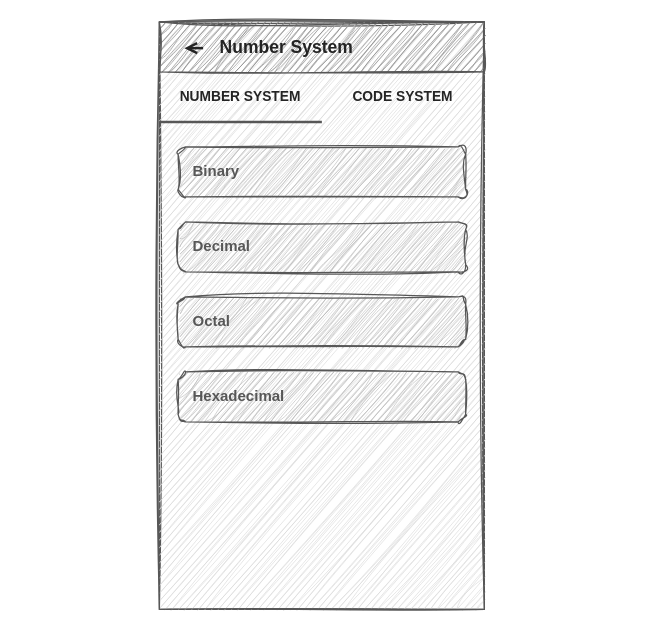
Above: page "Menu Sistem Bilangan" (1 of 2) of Wireframe fitur sistem bilangan.drawio in dans609/diagrams_net (draw.io), before the change. Source tidied: cells renumbered, new cells numbered last; positions are measured from the earlier drawing's top-left corner, leaving out a move shared by most shapes. Both pictures are drawn from the tidied source at 125%, with x=0, y=0 at pixel (159, 21).
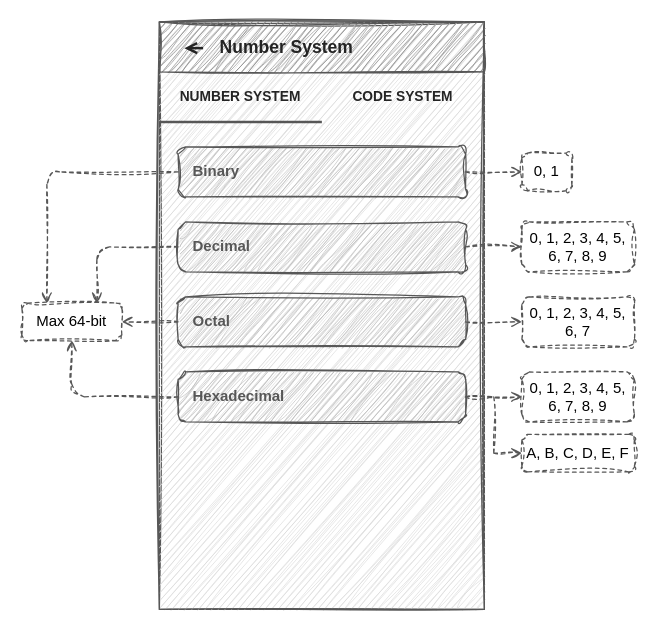
The same page after the edit.

Commit message:
Added information about content limitations

The change refers to these unchanged cells:
```xml
<mxCell id="11" value="&amp;nbsp; &amp;nbsp;Binary" style="text;strokeColor=#575757;align=left;fillColor=#BABABA;html=1;verticalAlign=middle;whiteSpace=wrap;rounded=1;fontStyle=1;fontSize=12;shadow=0;sketch=1;curveFitting=1;jiggle=2;fontFamily=Helvetica;fontColor=#575757;" parent="3" vertex="1">
  <mxGeometry x="15" y="100" width="230" height="40" as="geometry" />
</mxCell>
<mxCell id="12" value="&amp;nbsp; &amp;nbsp;Decimal" style="text;strokeColor=#575757;align=left;fillColor=#BABABA;html=1;verticalAlign=middle;whiteSpace=wrap;rounded=1;fontStyle=1;fontSize=12;shadow=0;sketch=1;curveFitting=1;jiggle=2;fontFamily=Helvetica;fontColor=#575757;" parent="3" vertex="1">
  <mxGeometry x="15" y="160" width="230" height="40" as="geometry" />
</mxCell>
<mxCell id="13" value="&amp;nbsp; &amp;nbsp;Octal" style="text;strokeColor=#575757;align=left;fillColor=#BABABA;html=1;verticalAlign=middle;whiteSpace=wrap;rounded=1;fontStyle=1;fontSize=12;shadow=0;sketch=1;curveFitting=1;jiggle=2;fontFamily=Helvetica;fontColor=#575757;" parent="3" vertex="1">
  <mxGeometry x="15" y="220" width="230" height="40" as="geometry" />
</mxCell>
<mxCell id="14" value="&amp;nbsp; &amp;nbsp;Hexadecimal" style="text;strokeColor=#575757;align=left;fillColor=#BABABA;html=1;verticalAlign=middle;whiteSpace=wrap;rounded=1;fontStyle=1;fontSize=12;shadow=0;sketch=1;curveFitting=1;jiggle=2;fontFamily=Helvetica;fontColor=#575757;" parent="3" vertex="1">
  <mxGeometry x="15" y="280" width="230" height="40" as="geometry" />
</mxCell>
```

Diff of the diagram source:
```diff
@@
+    <mxCell id="15" value="Max 64-bit" style="text;strokeColor=#575757;align=center;fillColor=default;html=1;verticalAlign=middle;whiteSpace=wrap;rounded=1;dashed=1;sketch=1;curveFitting=1;jiggle=2;" parent="1" vertex="1">
+      <mxGeometry x="-110" y="225" width="80" height="30" as="geometry" />
+    </mxCell>
+    <mxCell id="16" style="edgeStyle=orthogonalEdgeStyle;rounded=1;jettySize=auto;html=1;exitX=0;exitY=0.5;exitDx=0;exitDy=0;entryX=0.25;entryY=0;entryDx=0;entryDy=0;strokeColor=#575757;endArrow=open;endFill=0;dashed=1;sketch=1;curveFitting=1;jiggle=2;" parent="1" edge="1" source="11" target="15">
+      <mxGeometry relative="1" as="geometry" />
+    </mxCell>
+    <mxCell id="17" style="edgeStyle=orthogonalEdgeStyle;rounded=1;jettySize=auto;html=1;exitX=0;exitY=0.5;exitDx=0;exitDy=0;entryX=0.75;entryY=0;entryDx=0;entryDy=0;strokeColor=#575757;endArrow=open;endFill=0;dashed=1;sketch=1;curveFitting=1;jiggle=2;" parent="1" edge="1" source="12" target="15">
+      <mxGeometry relative="1" as="geometry" />
+    </mxCell>
+    <mxCell id="18" style="edgeStyle=orthogonalEdgeStyle;rounded=0;jettySize=auto;html=1;exitX=0;exitY=0.5;exitDx=0;exitDy=0;entryX=1;entryY=0.5;entryDx=0;entryDy=0;strokeColor=#575757;endArrow=open;endFill=0;dashed=1;sketch=1;curveFitting=1;jiggle=2;" parent="1" edge="1" source="13" target="15">
+      <mxGeometry relative="1" as="geometry" />
+    </mxCell>
+    <mxCell id="19" style="edgeStyle=orthogonalEdgeStyle;rounded=1;jettySize=auto;html=1;entryX=0.5;entryY=1;entryDx=0;entryDy=0;strokeColor=#575757;endArrow=open;endFill=0;dashed=1;sketch=1;curveFitting=1;jiggle=2;" parent="1" edge="1" source="14" target="15">
+      <mxGeometry relative="1" as="geometry" />
+    </mxCell>
+    <mxCell id="20" value="0, 1" style="text;strokeColor=#575757;align=center;fillColor=default;html=1;verticalAlign=middle;whiteSpace=wrap;rounded=1;dashed=1;sketch=1;curveFitting=1;jiggle=2;" parent="1" vertex="1">
+      <mxGeometry x="290" y="105" width="40" height="30" as="geometry" />
+    </mxCell>
+    <mxCell id="21" style="edgeStyle=orthogonalEdgeStyle;rounded=0;jettySize=auto;html=1;exitX=1;exitY=0.5;exitDx=0;exitDy=0;entryX=0;entryY=0.5;entryDx=0;entryDy=0;strokeColor=#575757;endArrow=open;endFill=0;sketch=1;curveFitting=1;jiggle=2;dashed=1;" parent="1" edge="1" source="11" target="20">
+      <mxGeometry relative="1" as="geometry" />
+    </mxCell>
+    <mxCell id="22" value="0, 1, 2, 3, 4, 5, 6, 7, 8, 9" style="text;strokeColor=#575757;align=center;fillColor=default;html=1;verticalAlign=middle;whiteSpace=wrap;rounded=1;dashed=1;sketch=1;curveFitting=1;jiggle=2;" parent="1" vertex="1">
+      <mxGeometry x="290" y="160" width="90" height="40" as="geometry" />
+    </mxCell>
+    <mxCell id="23" style="edgeStyle=orthogonalEdgeStyle;rounded=0;jettySize=auto;html=1;exitX=1;exitY=0.5;exitDx=0;exitDy=0;entryX=0;entryY=0.5;entryDx=0;entryDy=0;strokeColor=#575757;endArrow=open;endFill=0;sketch=1;curveFitting=1;jiggle=2;dashed=1;" parent="1" edge="1" source="12" target="22">
+      <mxGeometry relative="1" as="geometry" />
+    </mxCell>
+    <mxCell id="24" value="0, 1, 2, 3, 4, 5, 6, 7" style="text;strokeColor=#575757;align=center;fillColor=default;html=1;verticalAlign=middle;whiteSpace=wrap;rounded=1;dashed=1;sketch=1;curveFitting=1;jiggle=2;" parent="1" vertex="1">
+      <mxGeometry x="290" y="220" width="90" height="40" as="geometry" />
+    </mxCell>
+    <mxCell id="25" style="edgeStyle=orthogonalEdgeStyle;rounded=0;jettySize=auto;html=1;exitX=1;exitY=0.5;exitDx=0;exitDy=0;entryX=0;entryY=0.5;entryDx=0;entryDy=0;strokeColor=#575757;endArrow=open;endFill=0;sketch=1;curveFitting=1;jiggle=2;dashed=1;" parent="1" edge="1" source="13" target="24">
+      <mxGeometry relative="1" as="geometry" />
+    </mxCell>
+    <mxCell id="26" value="0, 1, 2, 3, 4, 5, 6, 7, 8, 9" style="text;strokeColor=#575757;align=center;fillColor=default;html=1;verticalAlign=middle;whiteSpace=wrap;rounded=1;dashed=1;sketch=1;curveFitting=1;jiggle=2;" parent="1" vertex="1">
+      <mxGeometry x="290" y="280" width="90" height="40" as="geometry" />
+    </mxCell>
+    <mxCell id="27" value="A, B, C, D, E, F" style="text;strokeColor=#575757;align=center;fillColor=default;html=1;verticalAlign=middle;whiteSpace=wrap;rounded=1;dashed=1;sketch=1;curveFitting=1;jiggle=2;" parent="1" vertex="1">
+      <mxGeometry x="290" y="330" width="90" height="30" as="geometry" />
+    </mxCell>
+    <mxCell id="28" style="edgeStyle=orthogonalEdgeStyle;rounded=0;jettySize=auto;html=1;exitX=1;exitY=0.5;exitDx=0;exitDy=0;entryX=0;entryY=0.5;entryDx=0;entryDy=0;strokeColor=#575757;endArrow=open;endFill=0;sketch=1;curveFitting=1;jiggle=2;dashed=1;" parent="1" edge="1" source="14" target="26">
+      <mxGeometry relative="1" as="geometry" />
+    </mxCell>
+    <mxCell id="29" style="edgeStyle=orthogonalEdgeStyle;rounded=0;jettySize=auto;html=1;exitX=1;exitY=0.5;exitDx=0;exitDy=0;entryX=0;entryY=0.5;entryDx=0;entryDy=0;strokeColor=#575757;endArrow=open;endFill=0;sketch=1;curveFitting=1;jiggle=2;dashed=1;" parent="1" edge="1" source="14" target="27">
+      <mxGeometry relative="1" as="geometry" />
+    </mxCell>
```
